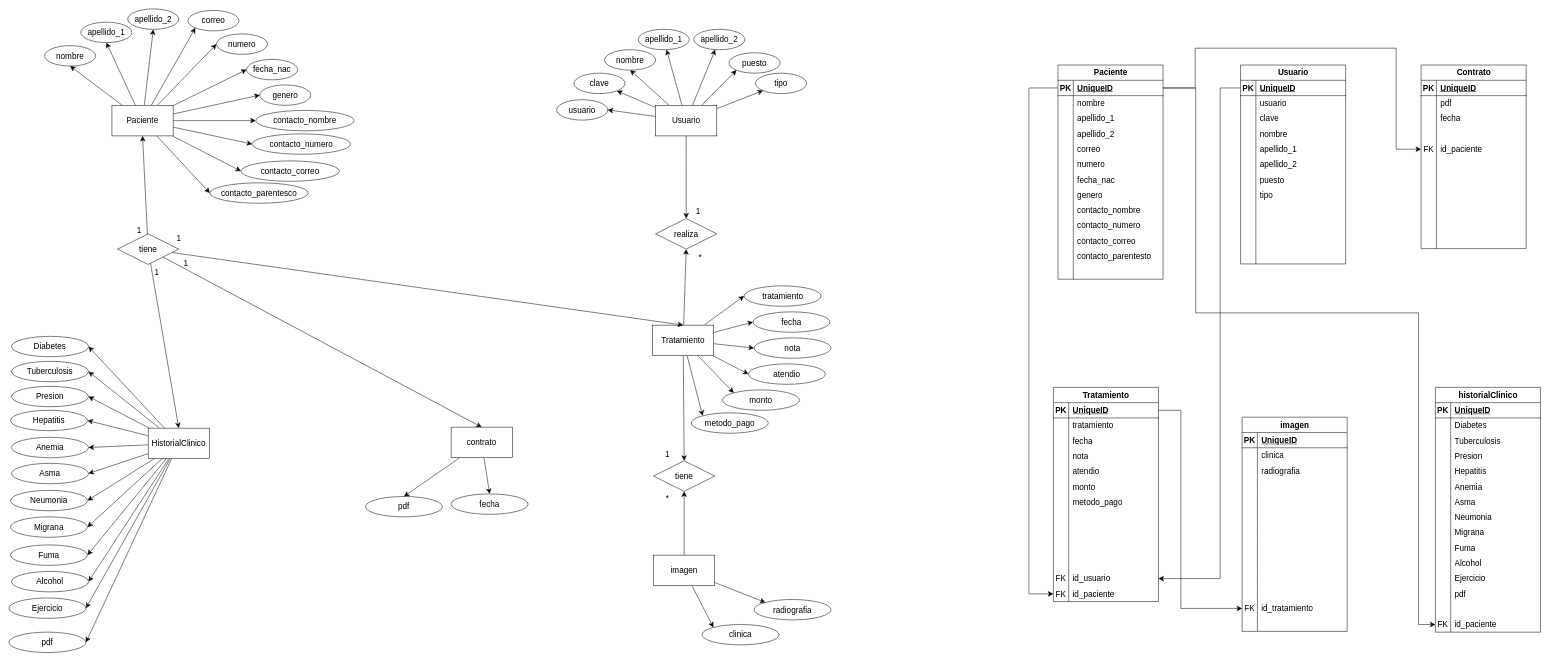
Before: Documentacion/Clinica Medica BD.drawio in sprinfil/ClinicaMedica, a draw.io diagram. Source tidied: cells renumbered, new cells numbered last; positions are measured from the earlier drawing's top-left corner, leaving out a move shared by most shapes. Both pictures are drawn from the tidied source at 51%, with x=0, y=0 at pixel (9, 9).
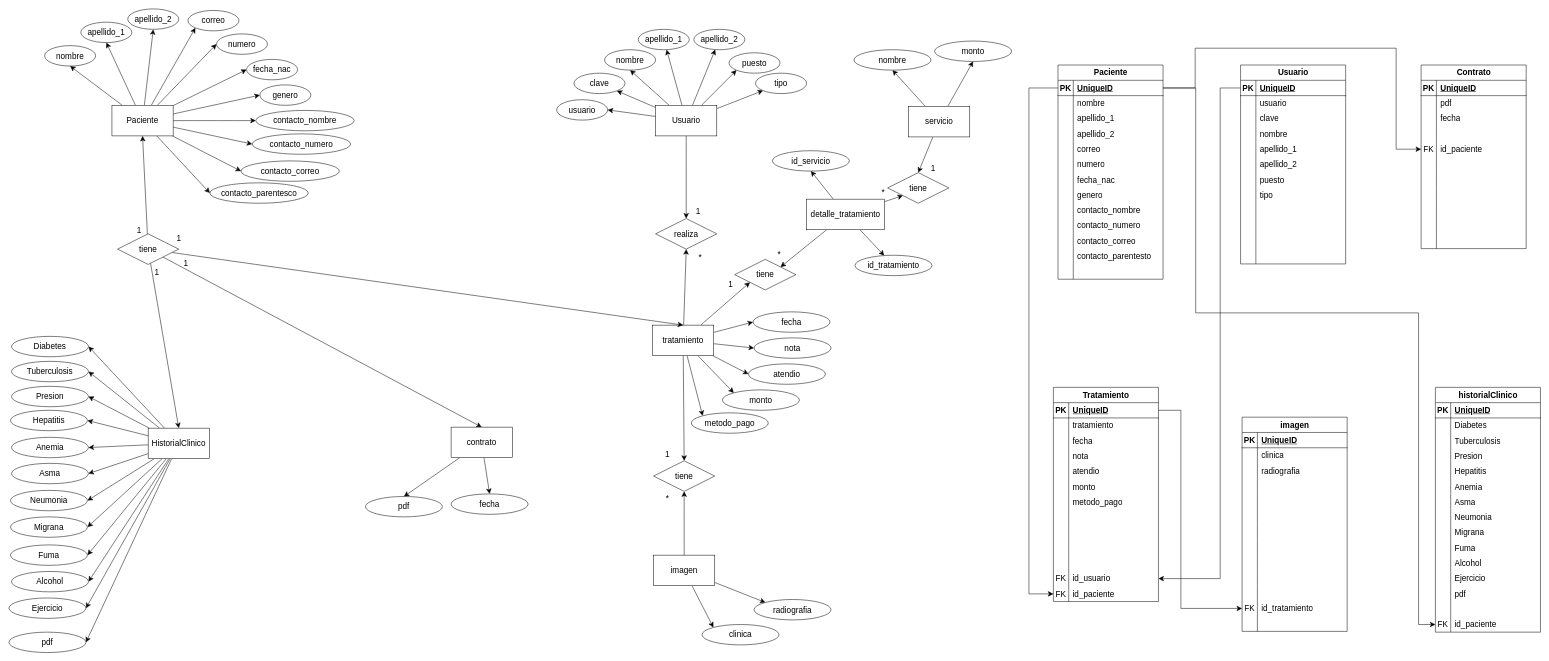
After the change.

Change to the diagram source:
```diff
@@
-    <mxCell id="41" style="edgeStyle=none;curved=1;rounded=0;jettySize=auto;html=1;entryX=0;entryY=0.5;entryDx=0;entryDy=0;fontSize=12;startSize=8;endSize=8;" parent="1" edge="1" source="49" target="50">
-      <mxGeometry relative="1" as="geometry" />
-    </mxCell>
@@
+    <mxCell id="349" style="edgeStyle=none;curved=1;rounded=0;jettySize=auto;html=1;entryX=0;entryY=1;entryDx=0;entryDy=0;fontSize=12;startSize=8;endSize=8;" parent="1" edge="1" source="49" target="350">
+      <mxGeometry relative="1" as="geometry" />
+    </mxCell>
-    <mxCell id="49" value="Tratamiento" style="rounded=0;whiteSpace=wrap;html=1;fontSize=16;" parent="1" vertex="1">
+    <mxCell id="49" value="tratamiento" style="rounded=0;whiteSpace=wrap;html=1;fontSize=16;" parent="1" vertex="1">
       <mxGeometry x="1262" y="620" width="120" height="60" as="geometry" />
     </mxCell>
-    <mxCell id="50" value="tratamiento" style="ellipse;whiteSpace=wrap;html=1;align=center;fontSize=16;" parent="1" vertex="1">
-      <mxGeometry x="1441.5" y="543" width="151" height="40" as="geometry" />
-    </mxCell>
@@
+    <mxCell id="350" value="tiene" style="shape=rhombus;perimeter=rhombusPerimeter;whiteSpace=wrap;html=1;align=center;fontSize=16;" parent="1" vertex="1">
+      <mxGeometry x="1423" y="491" width="120" height="60" as="geometry" />
+    </mxCell>
+    <mxCell id="351" style="edgeStyle=none;curved=1;rounded=0;jettySize=auto;html=1;entryX=1;entryY=0;entryDx=0;entryDy=0;fontSize=12;startSize=8;endSize=8;" parent="1" edge="1" source="355" target="350">
+      <mxGeometry relative="1" as="geometry" />
+    </mxCell>
+    <mxCell id="352" style="edgeStyle=none;curved=1;rounded=0;jettySize=auto;html=1;entryX=0;entryY=1;entryDx=0;entryDy=0;fontSize=12;startSize=8;endSize=8;" parent="1" edge="1" source="355" target="362">
+      <mxGeometry relative="1" as="geometry" />
+    </mxCell>
+    <mxCell id="353" style="edgeStyle=none;curved=1;rounded=0;jettySize=auto;html=1;entryX=0.5;entryY=1;entryDx=0;entryDy=0;fontSize=12;startSize=8;endSize=8;" parent="1" edge="1" source="355" target="363">
+      <mxGeometry relative="1" as="geometry" />
+    </mxCell>
+    <mxCell id="354" style="edgeStyle=none;curved=1;rounded=0;jettySize=auto;html=1;fontSize=12;startSize=8;endSize=8;" parent="1" edge="1" source="355" target="364">
+      <mxGeometry relative="1" as="geometry" />
+    </mxCell>
+    <mxCell id="355" value="detalle_tratamiento" style="rounded=0;whiteSpace=wrap;html=1;fontSize=16;" parent="1" vertex="1">
+      <mxGeometry x="1564" y="373" width="153" height="60" as="geometry" />
+    </mxCell>
+    <mxCell id="356" value="1" style="text;html=1;align=center;verticalAlign=middle;strokeColor=none;fillColor=none;fontSize=16;" parent="1" vertex="1">
+      <mxGeometry x="1401" y="523" width="27" height="31" as="geometry" />
+    </mxCell>
+    <mxCell id="357" value="*" style="text;html=1;align=center;verticalAlign=middle;strokeColor=none;fillColor=none;fontSize=16;" parent="1" vertex="1">
+      <mxGeometry x="1498" y="464" width="24" height="31" as="geometry" />
+    </mxCell>
+    <mxCell id="358" style="edgeStyle=none;curved=1;rounded=0;jettySize=auto;html=1;entryX=0.5;entryY=0;entryDx=0;entryDy=0;fontSize=12;startSize=8;endSize=8;" parent="1" edge="1" source="361" target="362">
+      <mxGeometry relative="1" as="geometry" />
+    </mxCell>
+    <mxCell id="359" style="edgeStyle=none;curved=1;rounded=0;jettySize=auto;html=1;entryX=0.5;entryY=1;entryDx=0;entryDy=0;fontSize=12;startSize=8;endSize=8;" parent="1" edge="1" source="361" target="367">
+      <mxGeometry relative="1" as="geometry" />
+    </mxCell>
+    <mxCell id="360" style="edgeStyle=none;curved=1;rounded=0;jettySize=auto;html=1;entryX=0.5;entryY=1;entryDx=0;entryDy=0;fontSize=12;startSize=8;endSize=8;" parent="1" edge="1" source="361" target="368">
+      <mxGeometry relative="1" as="geometry" />
+    </mxCell>
+    <mxCell id="361" value="servicio" style="rounded=0;whiteSpace=wrap;html=1;fontSize=16;" parent="1" vertex="1">
+      <mxGeometry x="1764" y="191" width="120" height="60" as="geometry" />
+    </mxCell>
+    <mxCell id="362" value="tiene" style="shape=rhombus;perimeter=rhombusPerimeter;whiteSpace=wrap;html=1;align=center;fontSize=16;" parent="1" vertex="1">
+      <mxGeometry x="1723" y="321" width="120" height="60" as="geometry" />
+    </mxCell>
+    <mxCell id="363" value="id_servicio" style="ellipse;whiteSpace=wrap;html=1;align=center;fontSize=16;" parent="1" vertex="1">
+      <mxGeometry x="1497" y="278" width="151" height="40" as="geometry" />
+    </mxCell>
+    <mxCell id="364" value="id_tratamiento" style="ellipse;whiteSpace=wrap;html=1;align=center;fontSize=16;" parent="1" vertex="1">
+      <mxGeometry x="1659" y="483" width="151" height="40" as="geometry" />
+    </mxCell>
+    <mxCell id="365" value="1" style="text;html=1;align=center;verticalAlign=middle;strokeColor=none;fillColor=none;fontSize=16;" parent="1" vertex="1">
+      <mxGeometry x="1798" y="297" width="27" height="31" as="geometry" />
+    </mxCell>
+    <mxCell id="366" value="*" style="text;html=1;align=center;verticalAlign=middle;strokeColor=none;fillColor=none;fontSize=16;" parent="1" vertex="1">
+      <mxGeometry x="1702" y="343" width="24" height="31" as="geometry" />
+    </mxCell>
+    <mxCell id="367" value="nombre" style="ellipse;whiteSpace=wrap;html=1;align=center;fontSize=16;" parent="1" vertex="1">
+      <mxGeometry x="1657" y="80" width="151" height="40" as="geometry" />
+    </mxCell>
+    <mxCell id="368" value="monto" style="ellipse;whiteSpace=wrap;html=1;align=center;fontSize=16;" parent="1" vertex="1">
+      <mxGeometry x="1815" y="63" width="151" height="40" as="geometry" />
+    </mxCell>
```
